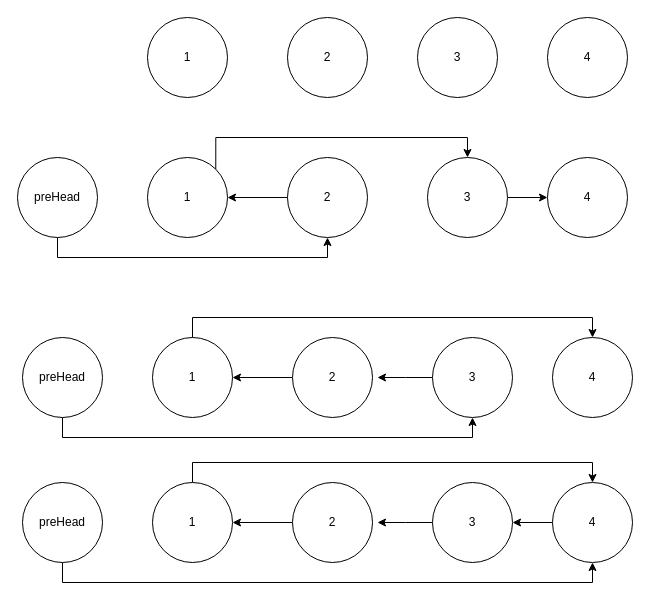
The draw.io diagram algorithm/反转链表.drawio in erlieStar/diagrams, before the edit. Source tidied: cells renumbered, new cells numbered last; positions are measured from the earlier drawing's top-left corner, leaving out a move shared by most shapes. Both pictures are drawn from the tidied source at 100%, with x=0, y=0 at pixel (17, 17).
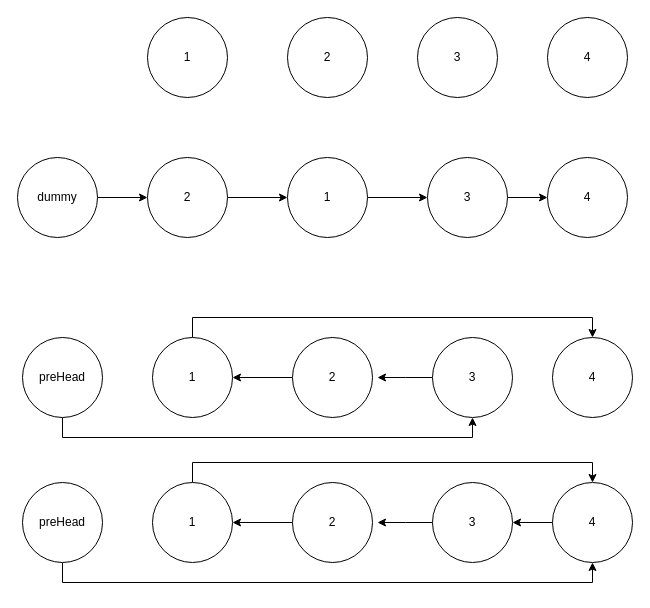
The same page after the edit.

The change refers to these unchanged cells:
```xml
<mxCell id="13" value="3" style="ellipse;whiteSpace=wrap;html=1;" parent="1" vertex="1">
  <mxGeometry x="410" y="140" width="80" height="80" as="geometry" />
</mxCell>
```

Diff of the diagram source:
```diff
@@
-    <mxCell id="6" style="edgeStyle=orthogonalEdgeStyle;rounded=0;jettySize=auto;html=1;exitX=0.5;exitY=1;exitDx=0;exitDy=0;entryX=0.5;entryY=1;entryDx=0;entryDy=0;" parent="1" edge="1" source="7" target="11">
-      <mxGeometry relative="1" as="geometry" />
-    </mxCell>
+    <mxCell id="34" style="edgeStyle=orthogonalEdgeStyle;rounded=0;jettySize=auto;html=1;exitX=1;exitY=0.5;exitDx=0;exitDy=0;entryX=0;entryY=0.5;entryDx=0;entryDy=0;" parent="1" edge="1" source="7" target="9">
+      <mxGeometry relative="1" as="geometry" />
+    </mxCell>
-    <mxCell id="7" value="preHead" style="ellipse;whiteSpace=wrap;html=1;" parent="1" vertex="1">
+    <mxCell id="7" value="dummy" style="ellipse;whiteSpace=wrap;html=1;" parent="1" vertex="1">
       <mxGeometry y="140" width="80" height="80" as="geometry" />
     </mxCell>
-    <mxCell id="8" style="edgeStyle=orthogonalEdgeStyle;rounded=0;jettySize=auto;html=1;exitX=1;exitY=0;exitDx=0;exitDy=0;entryX=0.5;entryY=0;entryDx=0;entryDy=0;" parent="1" edge="1" source="9" target="13">
-      <mxGeometry relative="1" as="geometry">
-        <Array as="points">
-          <mxPoint x="198" y="120" />
-          <mxPoint x="450" y="120" />
-        </Array>
-      </mxGeometry>
-    </mxCell>
+    <mxCell id="35" style="edgeStyle=orthogonalEdgeStyle;rounded=0;jettySize=auto;html=1;exitX=1;exitY=0.5;exitDx=0;exitDy=0;entryX=0;entryY=0.5;entryDx=0;entryDy=0;" parent="1" edge="1" source="9" target="11">
+      <mxGeometry relative="1" as="geometry" />
+    </mxCell>
-    <mxCell id="9" value="1" style="ellipse;whiteSpace=wrap;html=1;" parent="1" vertex="1">
+    <mxCell id="9" value="2" style="ellipse;whiteSpace=wrap;html=1;" parent="1" vertex="1">
       <mxGeometry x="130" y="140" width="80" height="80" as="geometry" />
     </mxCell>
-    <mxCell id="10" style="edgeStyle=orthogonalEdgeStyle;rounded=0;jettySize=auto;html=1;exitX=0;exitY=0.5;exitDx=0;exitDy=0;entryX=1;entryY=0.5;entryDx=0;entryDy=0;" parent="1" edge="1" source="11" target="9">
-      <mxGeometry relative="1" as="geometry" />
-    </mxCell>
+    <mxCell id="36" style="edgeStyle=orthogonalEdgeStyle;rounded=0;jettySize=auto;html=1;exitX=1;exitY=0.5;exitDx=0;exitDy=0;entryX=0;entryY=0.5;entryDx=0;entryDy=0;" parent="1" edge="1" source="11" target="13">
+      <mxGeometry relative="1" as="geometry" />
+    </mxCell>
-    <mxCell id="11" value="2" style="ellipse;whiteSpace=wrap;html=1;" parent="1" vertex="1">
+    <mxCell id="11" value="1" style="ellipse;whiteSpace=wrap;html=1;" parent="1" vertex="1">
       <mxGeometry x="270" y="140" width="80" height="80" as="geometry" />
     </mxCell>
```
